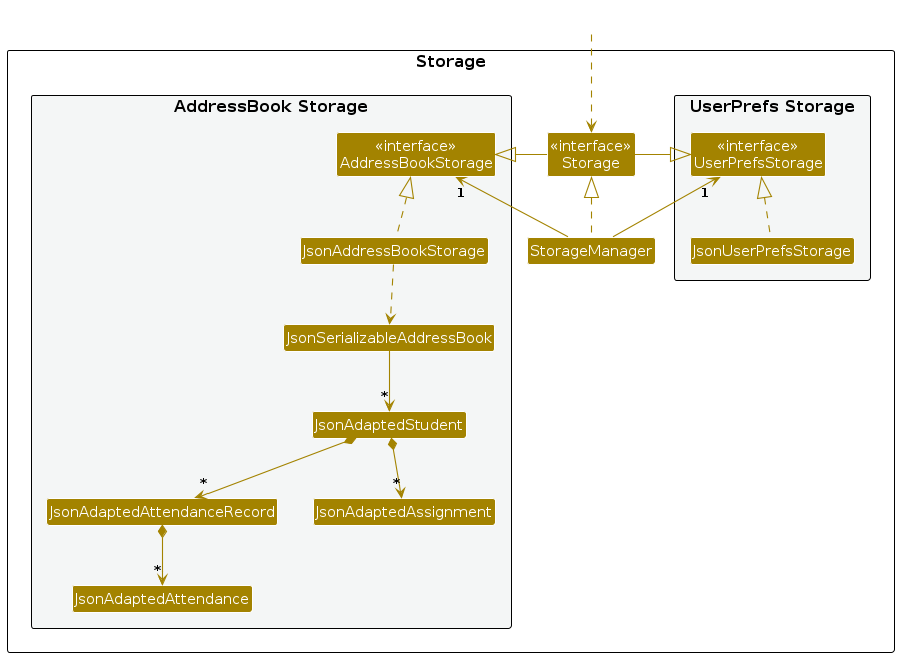
This is diagrams/StorageClassDiagram.png from Ansel-Ch/tp, a PlantUML export, as it was before one commit. Its source is kept beside it as diagrams/StorageClassDiagram.puml.
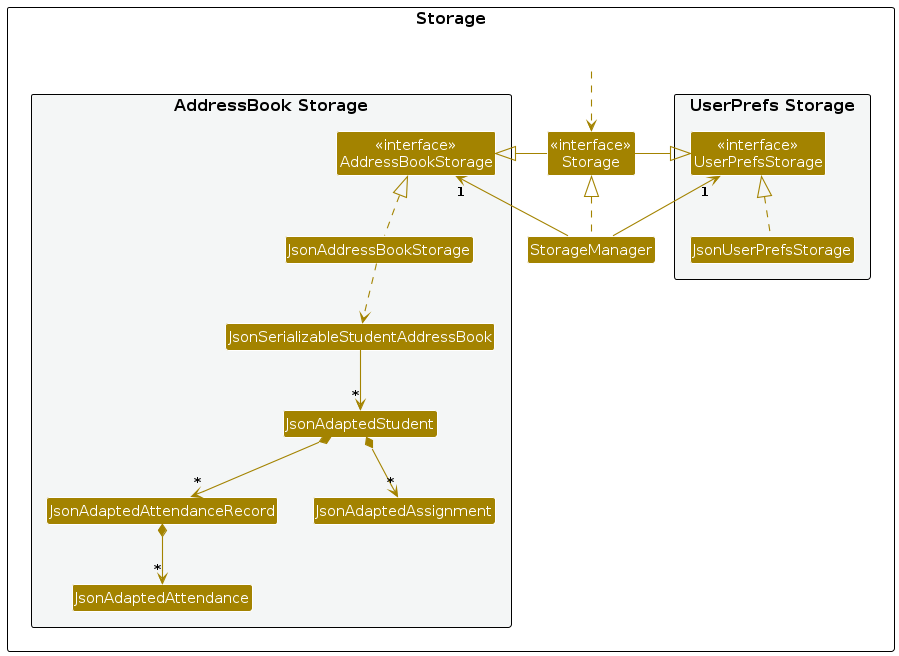
The same file after the commit.

The edit, as a diff of the source:
```diff
@@ -17,13 +17,11 @@
 package "AddressBook Storage" #F4F6F6{
 Class "<<interface>>\nAddressBookStorage" as AddressBookStorage
 Class JsonAddressBookStorage
-Class JsonSerializableAddressBook
+Class JsonSerializableStudentAddressBook
 Class JsonAdaptedStudent
 Class JsonAdaptedAttendance
 Class JsonAdaptedAttendanceRecord
 Class JsonAdaptedAssignment
-}
-
 }
 
 Class HiddenOutside #FFFFFF
@@ -38,8 +36,8 @@
 
 JsonUserPrefsStorage .up.|> UserPrefsStorage
 JsonAddressBookStorage .up.|> AddressBookStorage
-JsonAddressBookStorage ..> JsonSerializableAddressBook
-JsonSerializableAddressBook --> "*" JsonAdaptedStudent
+JsonAddressBookStorage ..> JsonSerializableStudentAddressBook
+JsonSerializableStudentAddressBook --> "*" JsonAdaptedStudent
 
 
 JsonAdaptedStudent *--> "*" JsonAdaptedAssignment
```
